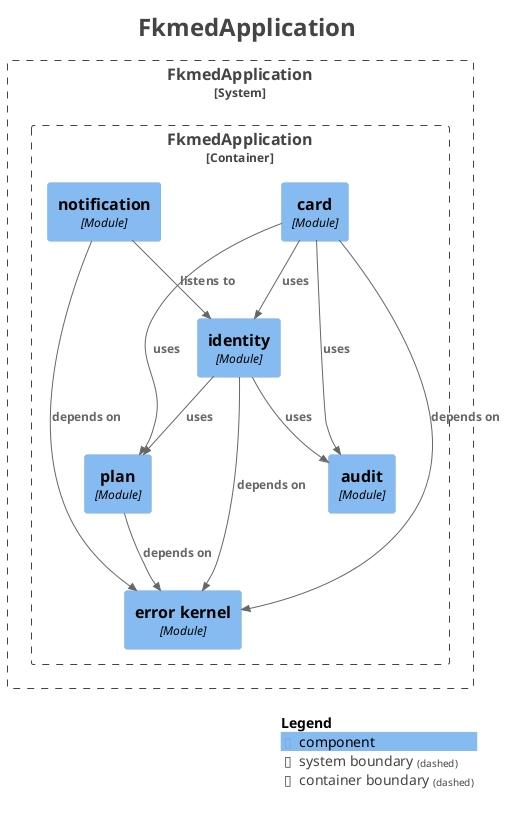
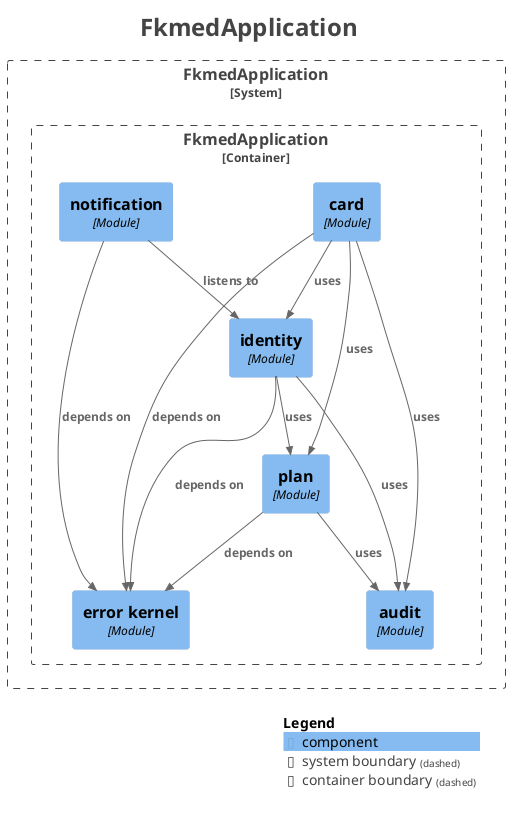
@startuml
title <size:24>FkmedApplication</size>

set separator none
top to bottom direction

<style>
  root {
    BackgroundColor: #ffffff
    FontColor: #444444
  }
</style>

!include <C4/C4>
!include <C4/C4_Context>
!include <C4/C4_Component>

System_Boundary("FkmedApplication_boundary", "FkmedApplication", $tags="") {
  Container_Boundary("FkmedApplication.FkmedApplication_boundary", "FkmedApplication", $tags="") {
    Component(FkmedApplication.FkmedApplication.audit, "audit", $techn="Module", $descr="", $tags="", $link="")
    Component(FkmedApplication.FkmedApplication.errorkernel, "error kernel", $techn="Module", $descr="", $tags="", $link="")
    Component(FkmedApplication.FkmedApplication.plan, "plan", $techn="Module", $descr="", $tags="", $link="")
    Component(FkmedApplication.FkmedApplication.identity, "identity", $techn="Module", $descr="", $tags="", $link="")
    Component(FkmedApplication.FkmedApplication.card, "card", $techn="Module", $descr="", $tags="", $link="")
    Component(FkmedApplication.FkmedApplication.notification, "notification", $techn="Module", $descr="", $tags="", $link="")
  }

}

Rel(FkmedApplication.FkmedApplication.card, FkmedApplication.FkmedApplication.audit, "uses", $techn="", $tags="", $link="")
Rel(FkmedApplication.FkmedApplication.card, FkmedApplication.FkmedApplication.errorkernel, "depends on", $techn="", $tags="", $link="")
Rel(FkmedApplication.FkmedApplication.card, FkmedApplication.FkmedApplication.identity, "uses", $techn="", $tags="", $link="")
Rel(FkmedApplication.FkmedApplication.card, FkmedApplication.FkmedApplication.plan, "uses", $techn="", $tags="", $link="")
Rel(FkmedApplication.FkmedApplication.identity, FkmedApplication.FkmedApplication.audit, "uses", $techn="", $tags="", $link="")
Rel(FkmedApplication.FkmedApplication.identity, FkmedApplication.FkmedApplication.errorkernel, "depends on", $techn="", $tags="", $link="")
Rel(FkmedApplication.FkmedApplication.identity, FkmedApplication.FkmedApplication.plan, "uses", $techn="", $tags="", $link="")
Rel(FkmedApplication.FkmedApplication.notification, FkmedApplication.FkmedApplication.errorkernel, "depends on", $techn="", $tags="", $link="")
Rel(FkmedApplication.FkmedApplication.notification, FkmedApplication.FkmedApplication.identity, "listens to", $techn="", $tags="", $link="")
+ Rel(FkmedApplication.FkmedApplication.plan, FkmedApplication.FkmedApplication.audit, "uses", $techn="", $tags="", $link="")
Rel(FkmedApplication.FkmedApplication.plan, FkmedApplication.FkmedApplication.errorkernel, "depends on", $techn="", $tags="", $link="")

SHOW_LEGEND(true)
hide stereotypes
@enduml